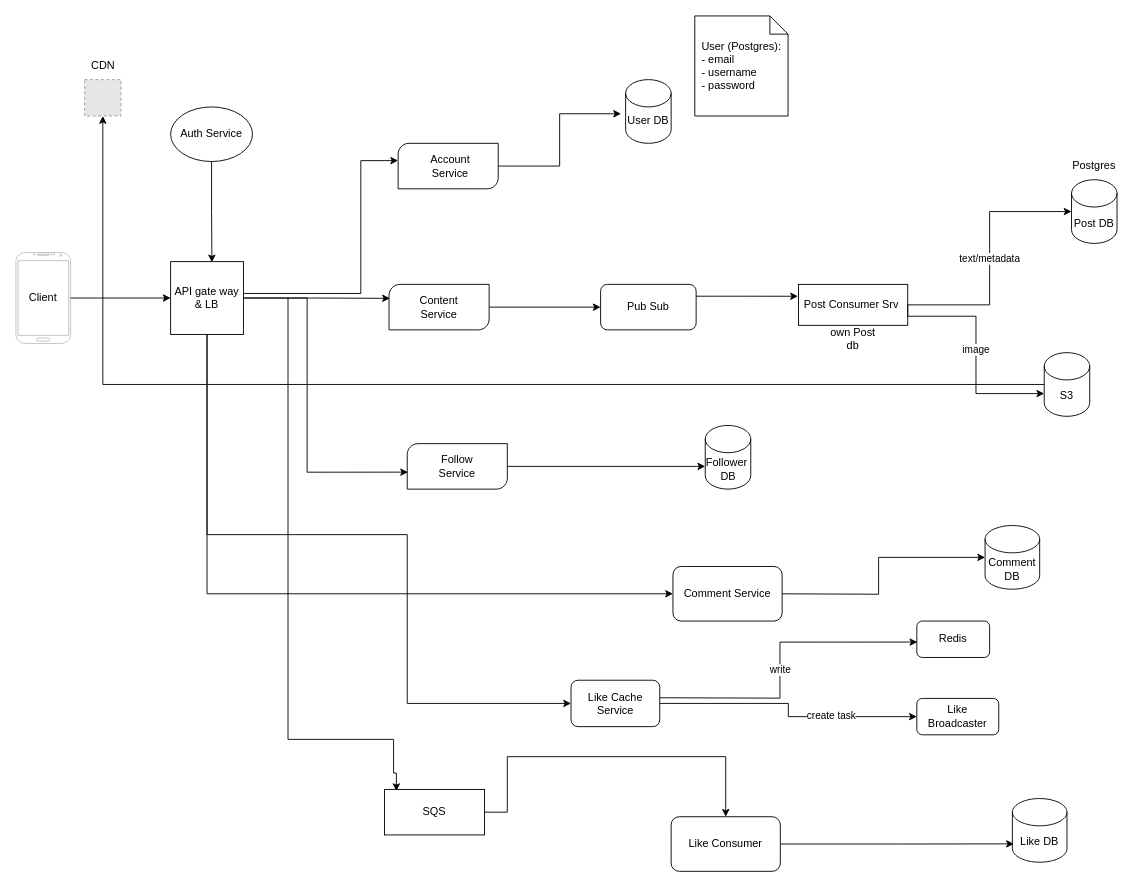
Above: page "High Level Architecture" (1 of 2) of server/diagram/insta.drawio in hohoho1886/Instagram (draw.io), before the change. Source tidied: cells renumbered, new cells numbered last; positions are measured from the earlier drawing's top-left corner, leaving out a move shared by most shapes. Both pictures are drawn from the tidied source at 91%, with x=0, y=0 at pixel (15, 15). Pictures stored in the file or linked from it are replaced by grey dashed boxes.
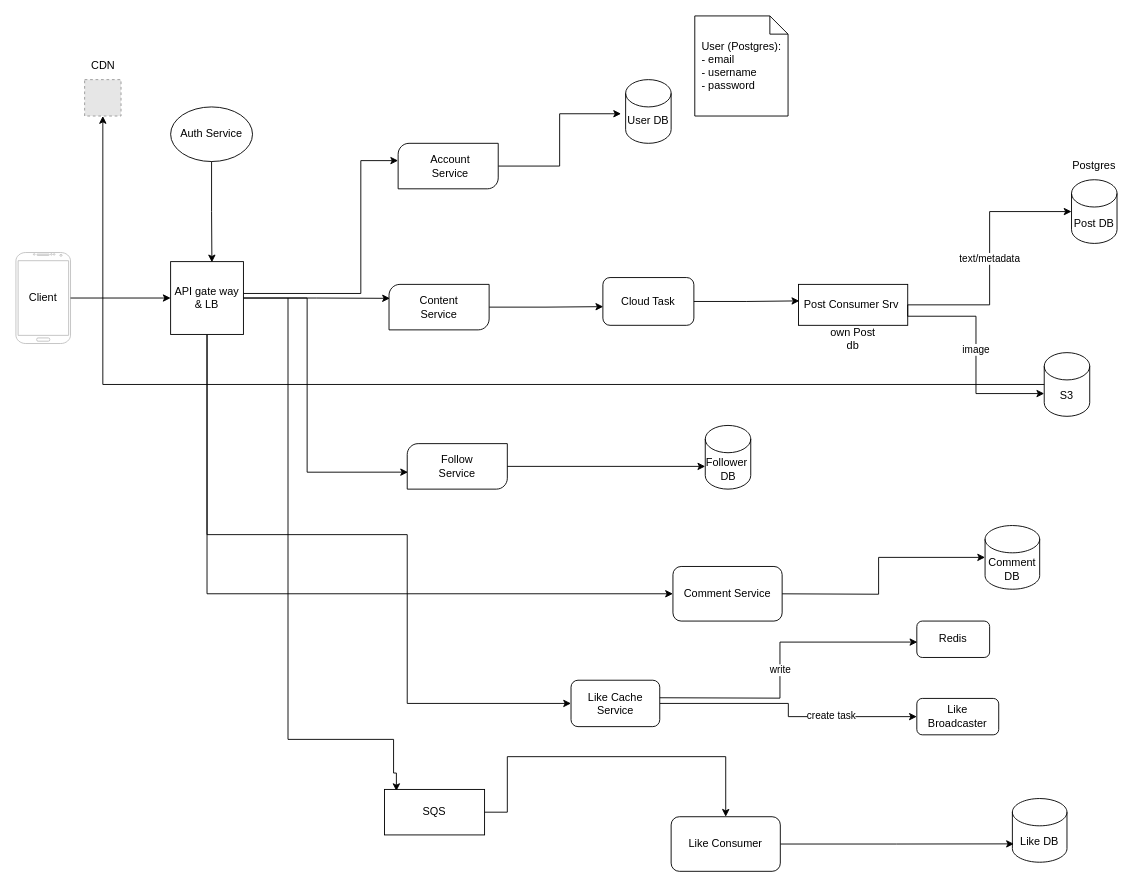
Above is the later version.

The change refers to these unchanged cells:
```xml
<mxCell id="9" style="verticalLabelPosition=bottom;verticalAlign=top;html=1;shape=mxgraph.basic.diag_round_rect;dx=6;whiteSpace=wrap;" parent="1" vertex="1">
  <mxGeometry x="410" y="295" width="110" height="50" as="geometry" />
</mxCell>
<mxCell id="20" value="Post Consumer Srv&lt;span style=&quot;background-color: transparent; color: light-dark(rgb(0, 0, 0), rgb(255, 255, 255));&quot;&gt;&amp;nbsp;&lt;/span&gt;" style="rounded=0;whiteSpace=wrap;html=1;" parent="1" vertex="1">
  <mxGeometry x="860" y="295" width="120" height="45" as="geometry" />
</mxCell>
```

Change to the diagram source:
```diff
@@
-    <mxCell id="8" style="edgeStyle=orthogonalEdgeStyle;rounded=0;jettySize=auto;html=1;exitX=1;exitY=0.5;exitDx=0;exitDy=0;exitPerimeter=0;entryX=0;entryY=0.5;entryDx=0;entryDy=0;" parent="1" edge="1" source="9" target="18">
+    <mxCell id="8" style="edgeStyle=orthogonalEdgeStyle;rounded=0;jettySize=auto;html=1;exitX=1;exitY=0.5;exitDx=0;exitDy=0;exitPerimeter=0;entryX=0.004;entryY=0.609;entryDx=0;entryDy=0;entryPerimeter=0;" parent="1" edge="1" source="9" target="54">
       <mxGeometry relative="1" as="geometry" />
     </mxCell>
@@
-    <mxCell id="18" style="rounded=1;whiteSpace=wrap;html=1;labelPosition=center;verticalLabelPosition=bottom;align=center;verticalAlign=top;" parent="1" vertex="1">
-      <mxGeometry x="642.5" y="295" width="105" height="50" as="geometry" />
-    </mxCell>
-    <mxCell id="19" value="Pub Sub" style="text;html=1;whiteSpace=wrap;strokeColor=none;fillColor=none;align=center;verticalAlign=middle;rounded=0;" parent="1" vertex="1">
-      <mxGeometry x="665" y="305" width="60" height="30" as="geometry" />
-    </mxCell>
@@
-    <mxCell id="42" style="edgeStyle=orthogonalEdgeStyle;rounded=0;jettySize=auto;html=1;entryX=-0.005;entryY=0.29;entryDx=0;entryDy=0;entryPerimeter=0;" parent="1" edge="1" source="18" target="20">
-      <mxGeometry relative="1" as="geometry">
-        <Array as="points">
-          <mxPoint x="770" y="308" />
-          <mxPoint x="770" y="308" />
-        </Array>
-      </mxGeometry>
-    </mxCell>
@@
+    <mxCell id="54" value="Cloud Task" style="rounded=1;whiteSpace=wrap;html=1;" parent="1" vertex="1">
+      <mxGeometry x="645" y="287.5" width="100" height="52.5" as="geometry" />
+    </mxCell>
+    <mxCell id="55" style="edgeStyle=orthogonalEdgeStyle;rounded=0;jettySize=auto;html=1;entryX=0.007;entryY=0.403;entryDx=0;entryDy=0;entryPerimeter=0;" parent="1" edge="1" source="54" target="20">
+      <mxGeometry relative="1" as="geometry" />
+    </mxCell>
```
